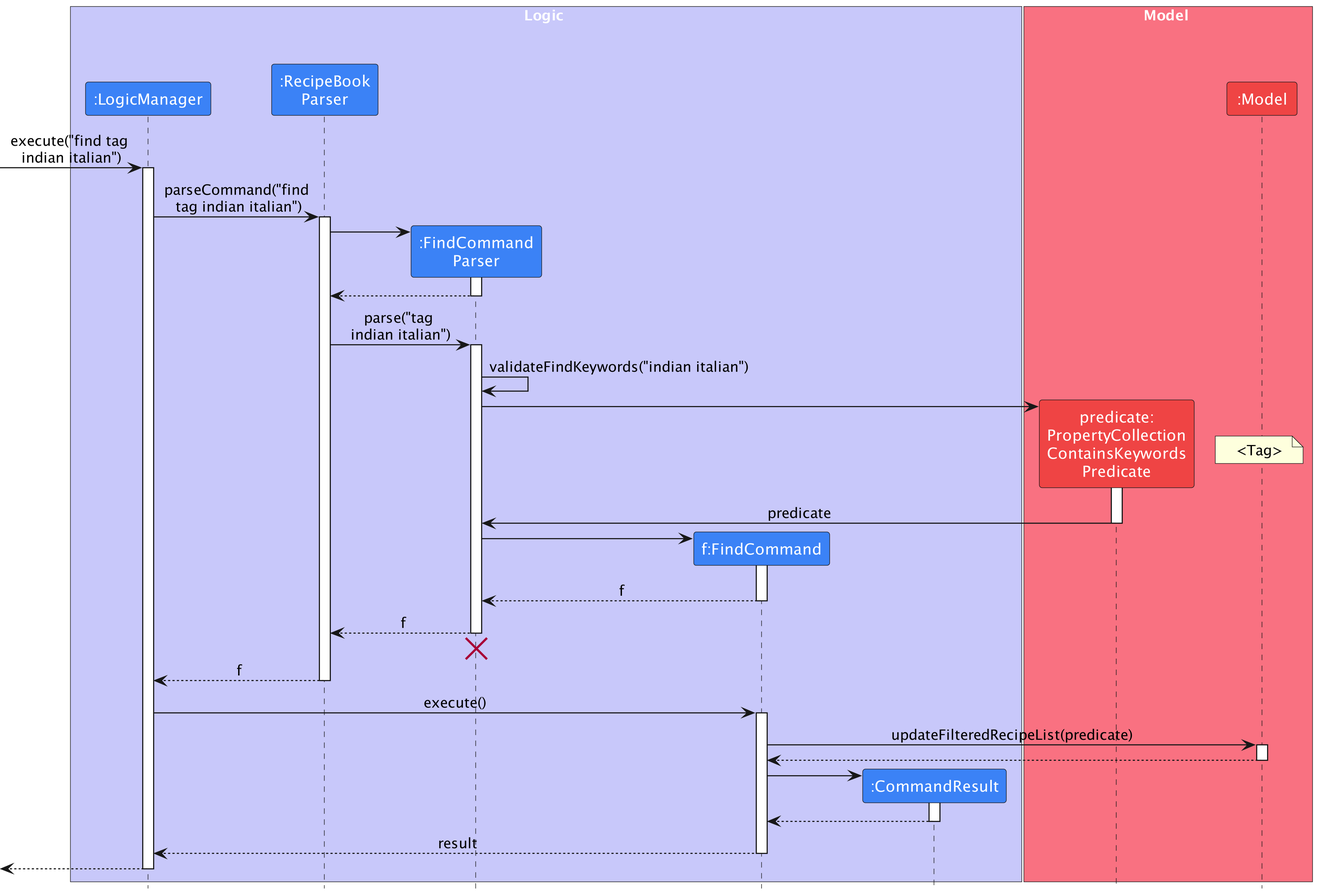
nus-cs2103-AY2223S2/tp keeps this PlantUML diagram as docs/images/FindSequenceDiagram.png. Above is the earlier version.
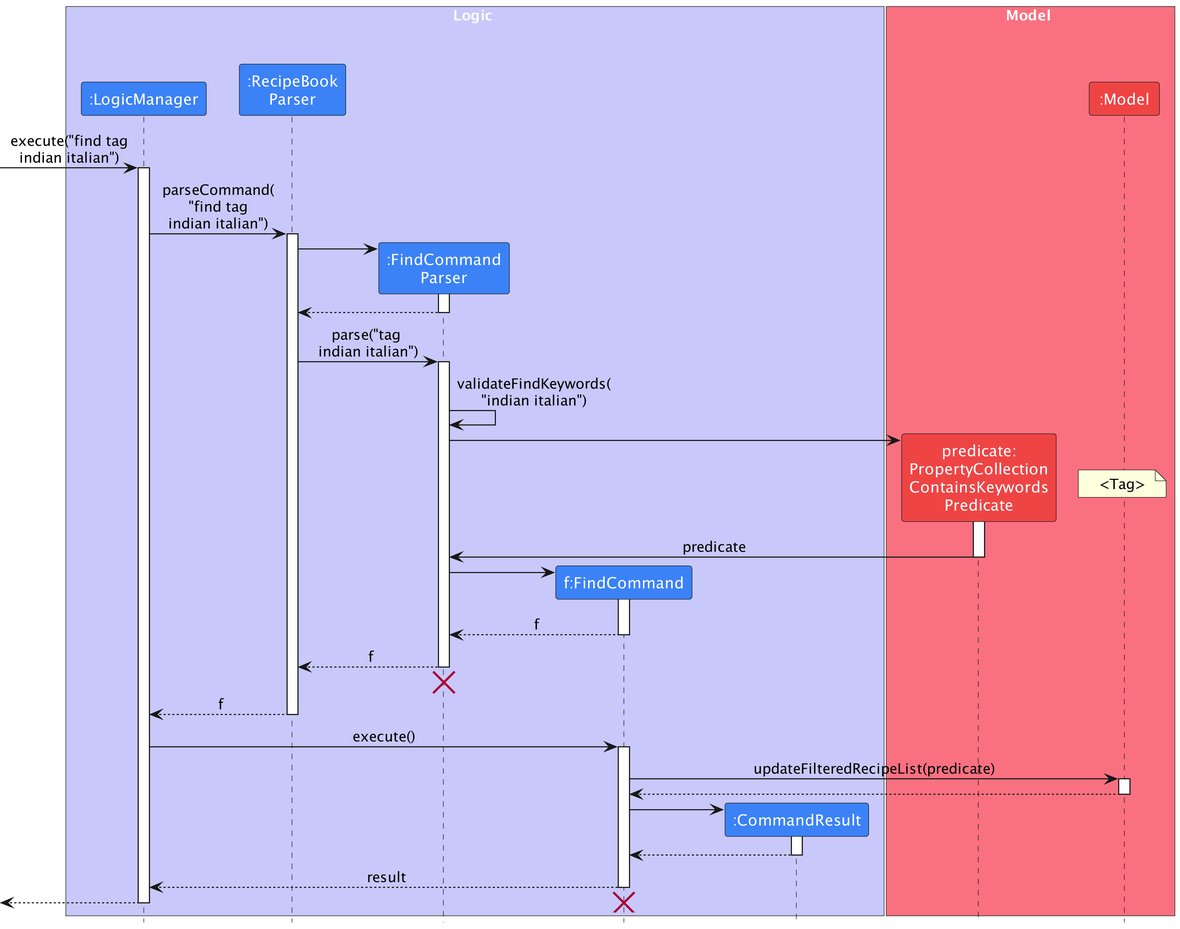
After the commit.

The edit, as a diff of the source:
```diff
@@ -14,10 +14,10 @@
 participant ":Model" as Model MODEL_COLOR
 end box
 
-[-> LogicManager : execute("find tag \nindian italian")
+[-> LogicManager : execute("find tag\nindian italian")
 activate LogicManager
 
-LogicManager -> RecipeBookParser : parseCommand("find\n tag indian italian")
+LogicManager -> RecipeBookParser : parseCommand(\n"find tag\nindian italian")
 activate RecipeBookParser
 
 create FindCommandParser
@@ -30,7 +30,7 @@
 RecipeBookParser -> FindCommandParser : parse("tag \nindian italian")
 activate FindCommandParser
 
-FindCommandParser -> FindCommandParser : validateFindKeywords("indian italian")
+FindCommandParser -> FindCommandParser : validateFindKeywords(\n"indian italian")
 
 create PropertyCollectionContainsKeywordsPredicate
 FindCommandParser -> PropertyCollectionContainsKeywordsPredicate
@@ -77,4 +77,6 @@
 
 [<--LogicManager
 deactivate LogicManager
+destroy FindCommand
+
 @enduml
```
